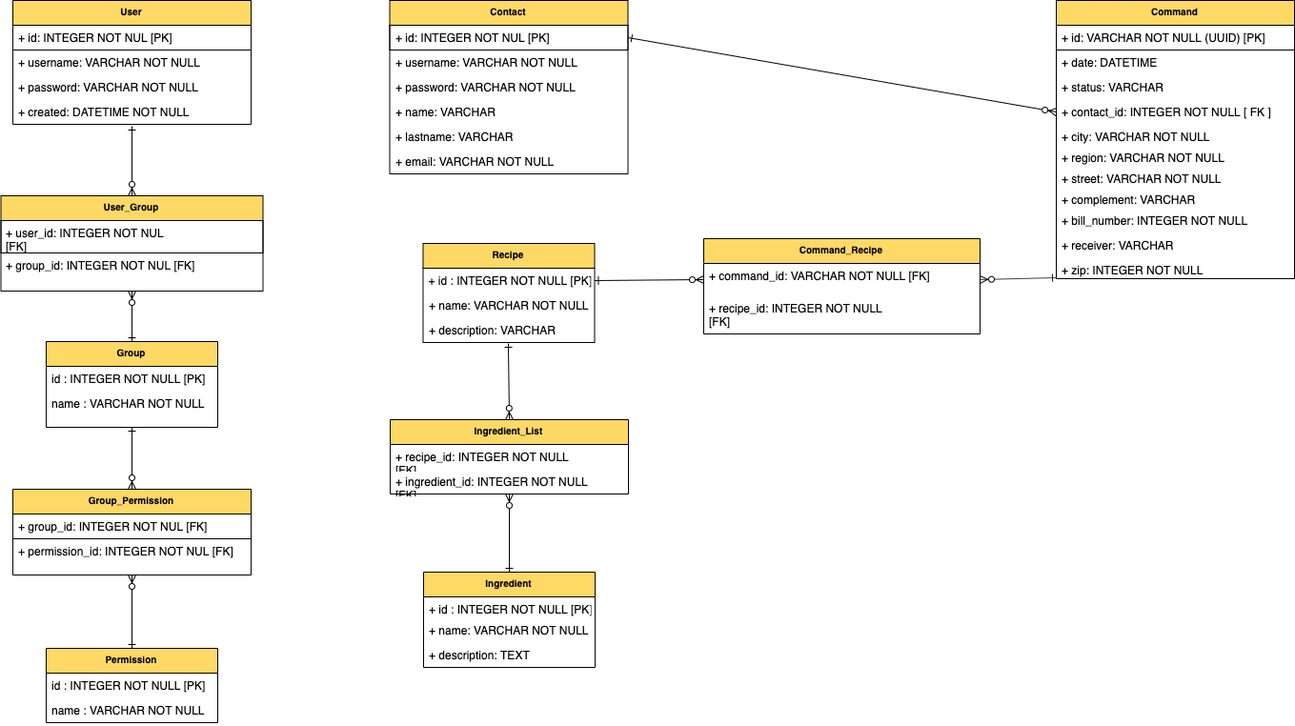
The draw.io diagram docs/physical data model/physical data model pizzeria.png in ritchy7/cosotespi, before a commit. Source tidied: cells renumbered, new cells last; positions are measured from the earlier drawing's top-left corner, leaving out a move shared by most shapes.
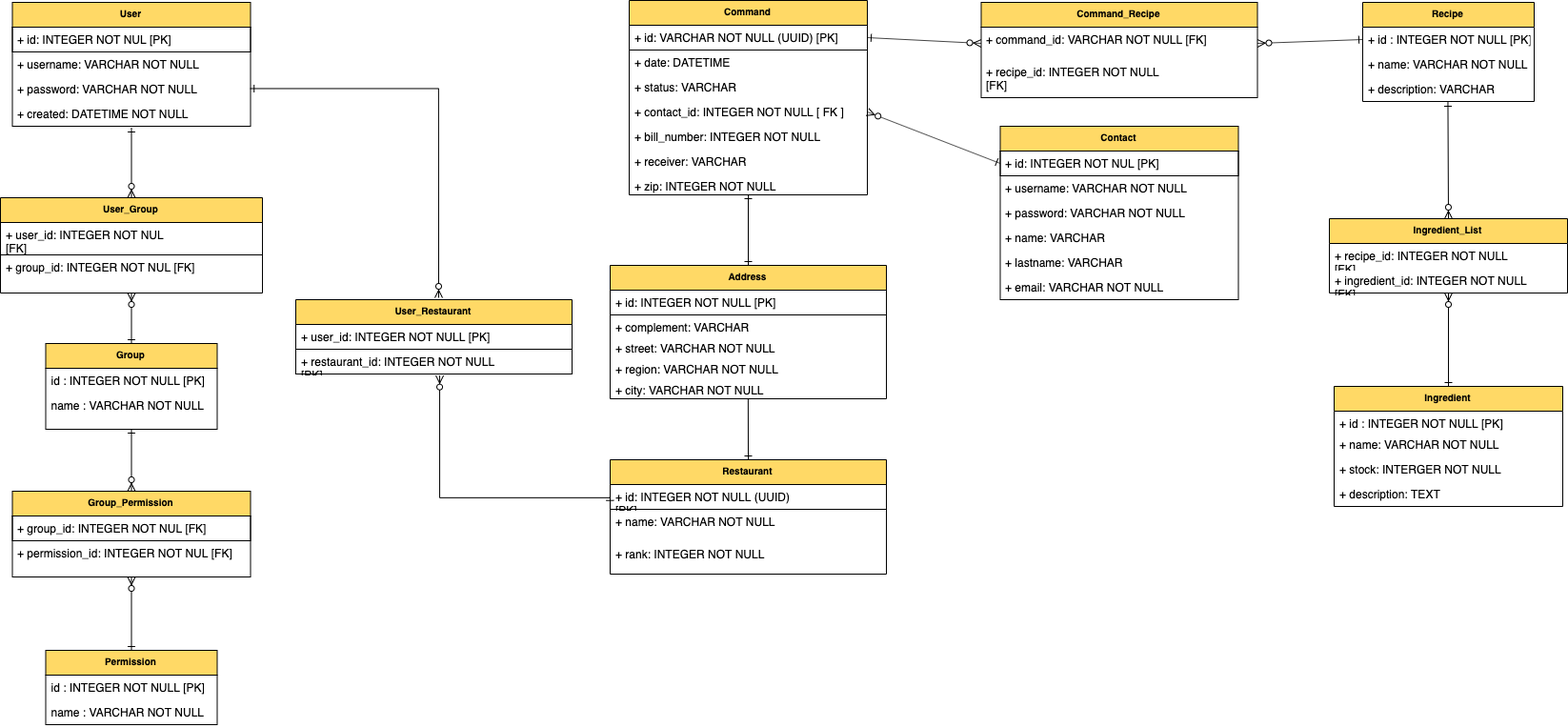
After the change.

Commit message:
add restaurant table

Change to the diagram source:
```diff
@@ -20,14 +20,14 @@
     <mxCell id="7" style="edgeStyle=none;rounded=0;jettySize=auto;html=1;startArrow=ERone;startFill=0;endArrow=ERzeroToMany;endFill=1;" parent="1" edge="1" source="10" target="15">
       <mxGeometry relative="1" as="geometry" />
     </mxCell>
-    <mxCell id="8" style="edgeStyle=none;rounded=0;jettySize=auto;html=1;entryX=0;entryY=0.5;entryDx=0;entryDy=0;startArrow=ERone;startFill=0;endArrow=ERzeroToMany;endFill=1;exitX=1;exitY=0.5;exitDx=0;exitDy=0;" parent="1" edge="1" source="38" target="35">
+    <mxCell id="8" style="edgeStyle=none;rounded=0;jettySize=auto;html=1;entryX=1;entryY=0.5;entryDx=0;entryDy=0;startArrow=ERone;startFill=0;endArrow=ERzeroToMany;endFill=1;exitX=0;exitY=0.5;exitDx=0;exitDy=0;" parent="1" edge="1" source="38" target="35">
       <mxGeometry relative="1" as="geometry" />
     </mxCell>
-    <mxCell id="9" style="edgeStyle=none;rounded=0;jettySize=auto;html=1;exitX=0;exitY=0.955;exitDx=0;exitDy=0;entryX=1;entryY=0.5;entryDx=0;entryDy=0;startArrow=ERone;startFill=0;endArrow=ERzeroToMany;endFill=1;exitPerimeter=0;" parent="1" edge="1" source="59" target="35">
+    <mxCell id="9" style="edgeStyle=none;rounded=0;jettySize=auto;html=1;entryX=0;entryY=0.5;entryDx=0;entryDy=0;startArrow=ERone;startFill=0;endArrow=ERzeroToMany;endFill=1;exitX=1;exitY=0.5;exitDx=0;exitDy=0;" parent="1" edge="1" source="49" target="35">
       <mxGeometry relative="1" as="geometry" />
     </mxCell>
     <mxCell id="10" value="Permission" style="swimlane;fontStyle=1;horizontal=1;startSize=26;fillColor=#FFD966;swimlaneFillColor=#ffffff;align=center;fontSize=10;strokeColor=#000000;" parent="1" vertex="1">
-      <mxGeometry x="48" y="680" width="180" height="78" as="geometry" />
+      <mxGeometry x="-204.5" y="680" width="180" height="78" as="geometry" />
     </mxCell>
     <mxCell id="11" value="id : INTEGER NOT NULL [PK]" style="text;strokeColor=none;fillColor=none;spacingLeft=4;spacingRight=4;overflow=hidden;fontSize=12;" parent="10" vertex="1">
       <mxGeometry y="26" width="180" height="26" as="geometry" />
@@ -36,7 +36,7 @@
       <mxGeometry y="52" width="180" height="26" as="geometry" />
     </mxCell>
     <mxCell id="13" value="Group_Permission" style="swimlane;fontStyle=1;horizontal=1;startSize=26;fillColor=#FFD966;swimlaneFillColor=#ffffff;align=center;fontSize=10;strokeColor=#000000;" parent="1" vertex="1">
-      <mxGeometry x="13" y="513" width="250" height="90" as="geometry" />
+      <mxGeometry x="-239.5" y="513" width="250" height="90" as="geometry" />
     </mxCell>
     <mxCell id="14" value="+ group_id: INTEGER NOT NUL [FK]" style="text;html=1;strokeColor=#000000;fillColor=none;align=left;verticalAlign=top;spacingLeft=4;spacingRight=4;whiteSpace=wrap;overflow=hidden;" parent="13" vertex="1">
       <mxGeometry y="26" width="250" height="26" as="geometry" />
@@ -45,7 +45,7 @@
       <mxGeometry y="52" width="250" height="38" as="geometry" />
     </mxCell>
     <mxCell id="16" value="Group" style="swimlane;fontStyle=1;horizontal=1;startSize=26;fillColor=#FFD966;swimlaneFillColor=#ffffff;align=center;fontSize=10;strokeColor=#000000;" parent="1" vertex="1">
-      <mxGeometry x="48" y="358" width="180" height="90" as="geometry" />
+      <mxGeometry x="-204.5" y="358" width="180" height="90" as="geometry" />
     </mxCell>
     <mxCell id="17" value="id : INTEGER NOT NULL [PK]" style="text;strokeColor=none;fillColor=none;spacingLeft=4;spacingRight=4;overflow=hidden;fontSize=12;" parent="16" vertex="1">
       <mxGeometry y="26" width="180" height="26" as="geometry" />
@@ -54,7 +54,7 @@
       <mxGeometry y="52" width="180" height="38" as="geometry" />
     </mxCell>
     <mxCell id="19" value="User_Group" style="swimlane;fontStyle=1;horizontal=1;startSize=26;fillColor=#FFD966;swimlaneFillColor=#ffffff;align=center;fontSize=10;strokeColor=#000000;" parent="1" vertex="1">
-      <mxGeometry x="0.5" y="205" width="275" height="100" as="geometry" />
+      <mxGeometry x="-252" y="205" width="275" height="100" as="geometry" />
     </mxCell>
     <mxCell id="20" value="+ user_id: INTEGER NOT NUL [FK]" style="text;html=1;strokeColor=#000000;fillColor=none;align=left;verticalAlign=top;spacingLeft=4;spacingRight=4;whiteSpace=wrap;overflow=hidden;" parent="19" vertex="1">
       <mxGeometry y="26" width="275" height="34" as="geometry" />
@@ -63,7 +63,7 @@
       <mxGeometry y="60" width="275" height="40" as="geometry" />
     </mxCell>
     <mxCell id="22" value="User" style="swimlane;fontStyle=1;horizontal=1;startSize=26;fillColor=#FFD966;swimlaneFillColor=#ffffff;align=center;fontSize=10;strokeColor=#000000;" parent="1" vertex="1">
-      <mxGeometry x="13" width="250" height="130" as="geometry" />
+      <mxGeometry x="-239.5" width="250" height="130" as="geometry" />
     </mxCell>
     <mxCell id="23" value="+ id: INTEGER NOT NUL [PK]" style="text;html=1;strokeColor=#000000;fillColor=none;align=left;verticalAlign=top;spacingLeft=4;spacingRight=4;whiteSpace=wrap;overflow=hidden;" parent="22" vertex="1">
       <mxGeometry y="26" width="250" height="26" as="geometry" />
@@ -78,7 +78,7 @@
       <mxGeometry y="104" width="250" height="26" as="geometry" />
     </mxCell>
     <mxCell id="27" value="Contact" style="swimlane;fontStyle=1;horizontal=1;startSize=26;fillColor=#FFD966;swimlaneFillColor=#ffffff;align=center;fontSize=10;strokeColor=#000000;" parent="1" vertex="1">
-      <mxGeometry x="408.5" width="250" height="182" as="geometry" />
+      <mxGeometry x="797.5" y="130" width="250" height="182" as="geometry" />
     </mxCell>
     <mxCell id="28" value="+ id: INTEGER NOT NUL [PK]" style="text;html=1;strokeColor=#000000;fillColor=none;align=left;verticalAlign=top;spacingLeft=4;spacingRight=4;whiteSpace=wrap;overflow=hidden;points=[[0,0.5],[1,0.5]];portConstraint=eastwest;" parent="27" vertex="1">
       <mxGeometry y="26" width="250" height="26" as="geometry" />
@@ -99,7 +99,7 @@
       <mxGeometry y="156" width="250" height="26" as="geometry" />
     </mxCell>
     <mxCell id="34" value="Command_Recipe" style="swimlane;fontStyle=1;horizontal=1;startSize=26;fillColor=#FFD966;swimlaneFillColor=#ffffff;align=center;fontSize=10;strokeColor=#000000;" parent="1" vertex="1">
-      <mxGeometry x="738" y="250" width="290" height="100" as="geometry" />
+      <mxGeometry x="777.5" width="290" height="100" as="geometry" />
     </mxCell>
     <mxCell id="35" value="+ command_id: VARCHAR NOT NULL [FK]" style="text;html=1;strokeColor=none;fillColor=none;align=left;verticalAlign=top;spacingLeft=4;spacingRight=4;whiteSpace=wrap;overflow=hidden;points=[[0,0.5],[1,0.5]];portConstraint=eastwest;" parent="34" vertex="1">
       <mxGeometry y="26" width="290" height="34" as="geometry" />
@@ -108,7 +108,7 @@
       <mxGeometry y="60" width="290" height="40" as="geometry" />
     </mxCell>
     <mxCell id="37" value="Recipe" style="swimlane;fontStyle=1;horizontal=1;startSize=26;fillColor=#FFD966;swimlaneFillColor=#ffffff;align=center;fontSize=10;strokeColor=#000000;" parent="1" vertex="1">
-      <mxGeometry x="443.5" y="255" width="180" height="104" as="geometry" />
+      <mxGeometry x="1178" width="180" height="104" as="geometry" />
     </mxCell>
     <mxCell id="38" value="+ id : INTEGER NOT NULL [PK]" style="text;strokeColor=none;fillColor=none;spacingLeft=4;spacingRight=4;overflow=hidden;points=[[0,0.5],[1,0.5]];portConstraint=eastwest;fontSize=12;" parent="37" vertex="1">
       <mxGeometry y="26" width="180" height="26" as="geometry" />
@@ -120,7 +120,7 @@
       <mxGeometry y="78" width="180" height="26" as="geometry" />
     </mxCell>
     <mxCell id="41" value="Ingredient_List" style="swimlane;fontStyle=1;horizontal=1;startSize=26;fillColor=#FFD966;swimlaneFillColor=#ffffff;align=center;fontSize=10;strokeColor=#000000;" parent="1" vertex="1">
-      <mxGeometry x="409" y="440" width="250" height="78" as="geometry" />
+      <mxGeometry x="1143" y="227" width="250" height="78" as="geometry" />
     </mxCell>
     <mxCell id="42" value="+ recipe_id: INTEGER NOT NULL [FK]" style="text;html=1;strokeColor=none;fillColor=none;align=left;verticalAlign=top;spacingLeft=4;spacingRight=4;whiteSpace=wrap;overflow=hidden;" parent="41" vertex="1">
       <mxGeometry y="26" width="250" height="26" as="geometry" />
@@ -129,19 +129,22 @@
       <mxGeometry y="52" width="250" height="26" as="geometry" />
     </mxCell>
     <mxCell id="44" value="Ingredient" style="swimlane;fontStyle=1;horizontal=1;startSize=26;fillColor=#FFD966;swimlaneFillColor=#ffffff;align=center;fontSize=10;strokeColor=#000000;" parent="1" vertex="1">
-      <mxGeometry x="444" y="600" width="180" height="100" as="geometry" />
+      <mxGeometry x="1148" y="403" width="240" height="126" as="geometry" />
     </mxCell>
     <mxCell id="45" value="+ id : INTEGER NOT NULL [PK]" style="text;strokeColor=none;fillColor=none;spacingLeft=4;spacingRight=4;overflow=hidden;fontSize=12;" parent="44" vertex="1">
-      <mxGeometry y="26" width="180" height="22" as="geometry" />
+      <mxGeometry y="26" width="240" height="22" as="geometry" />
     </mxCell>
     <mxCell id="46" value="+ name: VARCHAR NOT NULL" style="text;html=1;strokeColor=none;fillColor=none;align=left;verticalAlign=top;spacingLeft=4;spacingRight=4;whiteSpace=wrap;overflow=hidden;" parent="44" vertex="1">
-      <mxGeometry y="48" width="180" height="26" as="geometry" />
+      <mxGeometry y="48" width="240" height="26" as="geometry" />
     </mxCell>
+    <mxCell id="61" value="+ stock: INTERGER NOT NULL" style="text;html=1;strokeColor=none;fillColor=none;align=left;verticalAlign=top;spacingLeft=4;spacingRight=4;whiteSpace=wrap;overflow=hidden;" parent="44" vertex="1">
+      <mxGeometry y="74" width="240" height="26" as="geometry" />
+    </mxCell>
     <mxCell id="47" value="+ description: TEXT" style="text;html=1;strokeColor=none;fillColor=none;align=left;verticalAlign=top;spacingLeft=4;spacingRight=4;whiteSpace=wrap;overflow=hidden;" parent="44" vertex="1">
-      <mxGeometry y="74" width="180" height="26" as="geometry" />
+      <mxGeometry y="100" width="240" height="26" as="geometry" />
     </mxCell>
     <mxCell id="48" value="Command" style="swimlane;fontStyle=1;horizontal=1;startSize=26;fillColor=#FFD966;swimlaneFillColor=#ffffff;align=center;fontSize=10;strokeColor=#000000;" parent="1" vertex="1">
-      <mxGeometry x="1108" width="250" height="292" as="geometry" />
+      <mxGeometry x="408" y="-2" width="250" height="204" as="geometry" />
     </mxCell>
     <mxCell id="49" value="+ id: VARCHAR NOT NULL (UUID) [PK]" style="text;html=1;strokeColor=#000000;fillColor=none;align=left;verticalAlign=top;spacingLeft=4;spacingRight=4;whiteSpace=wrap;overflow=hidden;points=[[0,0.5],[1,0.5]];portConstraint=eastwest;" parent="48" vertex="1">
       <mxGeometry y="26" width="250" height="26" as="geometry" />
@@ -155,29 +158,77 @@
     <mxCell id="52" value="+ contact_id: INTEGER NOT NULL [ FK ]" style="text;html=1;strokeColor=none;fillColor=none;align=left;verticalAlign=top;spacingLeft=4;spacingRight=4;whiteSpace=wrap;overflow=hidden;points=[[0,0.5],[1,0.5]];portConstraint=eastwest;" parent="48" vertex="1">
       <mxGeometry y="104" width="250" height="26" as="geometry" />
     </mxCell>
-    <mxCell id="53" value="+ city: VARCHAR NOT NULL" style="text;html=1;strokeColor=none;fillColor=none;align=left;verticalAlign=top;spacingLeft=4;spacingRight=4;whiteSpace=wrap;overflow=hidden;" parent="48" vertex="1">
-      <mxGeometry y="130" width="250" height="22" as="geometry" />
-    </mxCell>
-    <mxCell id="54" value="+ region: VARCHAR NOT NULL" style="text;html=1;strokeColor=none;fillColor=none;align=left;verticalAlign=top;spacingLeft=4;spacingRight=4;whiteSpace=wrap;overflow=hidden;" parent="48" vertex="1">
-      <mxGeometry y="152" width="250" height="22" as="geometry" />
-    </mxCell>
-    <mxCell id="55" value="+ street: VARCHAR NOT NULL" style="text;html=1;strokeColor=none;fillColor=none;align=left;verticalAlign=top;spacingLeft=4;spacingRight=4;whiteSpace=wrap;overflow=hidden;" parent="48" vertex="1">
-      <mxGeometry y="174" width="250" height="22" as="geometry" />
-    </mxCell>
-    <mxCell id="56" value="+ complement: VARCHAR" style="text;html=1;strokeColor=none;fillColor=none;align=left;verticalAlign=top;spacingLeft=4;spacingRight=4;whiteSpace=wrap;overflow=hidden;" parent="48" vertex="1">
-      <mxGeometry y="196" width="250" height="22" as="geometry" />
-    </mxCell>
     <mxCell id="57" value="+ bill_number: INTEGER NOT NULL" style="text;html=1;strokeColor=none;fillColor=none;align=left;verticalAlign=top;spacingLeft=4;spacingRight=4;whiteSpace=wrap;overflow=hidden;" parent="48" vertex="1">
-      <mxGeometry y="218" width="250" height="26" as="geometry" />
+      <mxGeometry y="130" width="250" height="26" as="geometry" />
     </mxCell>
     <mxCell id="58" value="+ receiver: VARCHAR&amp;nbsp;" style="text;html=1;strokeColor=none;fillColor=none;align=left;verticalAlign=top;spacingLeft=4;spacingRight=4;whiteSpace=wrap;overflow=hidden;" parent="48" vertex="1">
-      <mxGeometry y="244" width="250" height="26" as="geometry" />
+      <mxGeometry y="156" width="250" height="26" as="geometry" />
     </mxCell>
     <mxCell id="59" value="+ zip: INTEGER NOT NULL" style="text;html=1;strokeColor=none;fillColor=none;align=left;verticalAlign=top;spacingLeft=4;spacingRight=4;whiteSpace=wrap;overflow=hidden;points=[[0,0.5],[1,0.5]];portConstraint=eastwest;" parent="48" vertex="1">
-      <mxGeometry y="270" width="250" height="22" as="geometry" />
+      <mxGeometry y="182" width="250" height="22" as="geometry" />
     </mxCell>
-    <mxCell id="60" style="rounded=0;jettySize=auto;html=1;exitX=1;exitY=0.5;exitDx=0;exitDy=0;entryX=0;entryY=0.5;entryDx=0;entryDy=0;endArrow=ERzeroToMany;endFill=1;startArrow=ERone;startFill=0;" parent="1" edge="1" source="28" target="52">
+    <mxCell id="60" style="rounded=0;jettySize=auto;html=1;entryX=1;entryY=0.5;entryDx=0;entryDy=0;endArrow=ERzeroToMany;endFill=1;startArrow=ERone;startFill=0;exitX=0;exitY=0.5;exitDx=0;exitDy=0;" parent="1" edge="1" source="28" target="52">
       <mxGeometry relative="1" as="geometry" />
     </mxCell>
+    <mxCell id="62" style="edgeStyle=none;rounded=0;jettySize=auto;html=1;exitX=0.5;exitY=0;exitDx=0;exitDy=0;entryX=0.499;entryY=1.09;entryDx=0;entryDy=0;entryPerimeter=0;startArrow=ERone;startFill=0;endArrow=ERone;endFill=0;" parent="1" edge="1" source="63" target="69">
+      <mxGeometry relative="1" as="geometry" />
+    </mxCell>
+    <mxCell id="63" value="Restaurant" style="swimlane;fontStyle=1;horizontal=1;startSize=26;fillColor=#FFD966;swimlaneFillColor=#ffffff;align=center;fontSize=10;strokeColor=#000000;" parent="1" vertex="1">
+      <mxGeometry x="388" y="480" width="290" height="120" as="geometry" />
+    </mxCell>
+    <mxCell id="64" value="+ id: INTEGER NOT NULL (UUID) [PK]" style="text;html=1;strokeColor=#000000;fillColor=none;align=left;verticalAlign=top;spacingLeft=4;spacingRight=4;whiteSpace=wrap;overflow=hidden;points=[[0,0.5],[1,0.5]];portConstraint=eastwest;" parent="63" vertex="1">
+      <mxGeometry y="26" width="290" height="26" as="geometry" />
+    </mxCell>
+    <mxCell id="65" value="+ name: VARCHAR NOT NULL" style="text;html=1;strokeColor=none;fillColor=none;align=left;verticalAlign=top;spacingLeft=4;spacingRight=4;whiteSpace=wrap;overflow=hidden;" parent="63" vertex="1">
+      <mxGeometry y="52" width="290" height="34" as="geometry" />
+    </mxCell>
+    <mxCell id="66" value="+ rank: INTEGER NOT NULL" style="text;html=1;strokeColor=none;fillColor=none;align=left;verticalAlign=top;spacingLeft=4;spacingRight=4;whiteSpace=wrap;overflow=hidden;" parent="63" vertex="1">
+      <mxGeometry y="86" width="290" height="34" as="geometry" />
+    </mxCell>
+    <mxCell id="67" style="edgeStyle=none;rounded=0;jettySize=auto;html=1;exitX=0.5;exitY=0;exitDx=0;exitDy=0;startArrow=ERone;startFill=0;endArrow=ERone;endFill=0;" parent="1" edge="1" source="68" target="59">
+      <mxGeometry relative="1" as="geometry" />
+    </mxCell>
+    <mxCell id="68" value="Address" style="swimlane;fontStyle=1;horizontal=1;startSize=26;fillColor=#FFD966;swimlaneFillColor=#ffffff;align=center;fontSize=10;strokeColor=#000000;" parent="1" vertex="1">
+      <mxGeometry x="388" y="276" width="290" height="140" as="geometry" />
+    </mxCell>
+    <mxCell id="69" value="+ id: INTEGER NOT NULL [PK]" style="text;html=1;strokeColor=#000000;fillColor=none;align=left;verticalAlign=top;spacingLeft=4;spacingRight=4;whiteSpace=wrap;overflow=hidden;points=[[0,0.5],[1,0.5]];portConstraint=eastwest;" parent="68" vertex="1">
+      <mxGeometry y="26" width="290" height="26" as="geometry" />
+    </mxCell>
+    <mxCell id="56" value="+ complement: VARCHAR" style="text;html=1;strokeColor=none;fillColor=none;align=left;verticalAlign=top;spacingLeft=4;spacingRight=4;whiteSpace=wrap;overflow=hidden;" parent="68" vertex="1">
+      <mxGeometry y="52" width="290" height="22" as="geometry" />
+    </mxCell>
+    <mxCell id="55" value="+ street: VARCHAR NOT NULL" style="text;html=1;strokeColor=none;fillColor=none;align=left;verticalAlign=top;spacingLeft=4;spacingRight=4;whiteSpace=wrap;overflow=hidden;" parent="68" vertex="1">
+      <mxGeometry y="74" width="290" height="22" as="geometry" />
+    </mxCell>
+    <mxCell id="54" value="+ region: VARCHAR NOT NULL" style="text;html=1;strokeColor=none;fillColor=none;align=left;verticalAlign=top;spacingLeft=4;spacingRight=4;whiteSpace=wrap;overflow=hidden;" parent="68" vertex="1">
+      <mxGeometry y="96" width="290" height="22" as="geometry" />
+    </mxCell>
+    <mxCell id="53" value="+ city: VARCHAR NOT NULL" style="text;html=1;strokeColor=none;fillColor=none;align=left;verticalAlign=top;spacingLeft=4;spacingRight=4;whiteSpace=wrap;overflow=hidden;" parent="68" vertex="1">
+      <mxGeometry y="118" width="290" height="22" as="geometry" />
+    </mxCell>
+    <mxCell id="70" style="edgeStyle=none;rounded=0;orthogonalLoop=1;jettySize=auto;html=1;exitX=0.5;exitY=0;exitDx=0;exitDy=0;startArrow=ERone;startFill=0;endArrow=ERone;endFill=0;" parent="1" edge="1" source="27" target="27">
+      <mxGeometry relative="1" as="geometry" />
+    </mxCell>
+    <mxCell id="71" value="User_Restaurant" style="swimlane;fontStyle=1;horizontal=1;startSize=26;fillColor=#FFD966;swimlaneFillColor=#ffffff;align=center;fontSize=10;strokeColor=#000000;" parent="1" vertex="1">
+      <mxGeometry x="58" y="312" width="290" height="78" as="geometry" />
+    </mxCell>
+    <mxCell id="72" value="+ user_id: INTEGER NOT NULL [PK]" style="text;html=1;strokeColor=#000000;fillColor=none;align=left;verticalAlign=top;spacingLeft=4;spacingRight=4;whiteSpace=wrap;overflow=hidden;" parent="71" vertex="1">
+      <mxGeometry y="26" width="290" height="26" as="geometry" />
+    </mxCell>
+    <mxCell id="73" value="+ restaurant_id: INTEGER NOT NULL [PK]" style="text;html=1;strokeColor=#000000;fillColor=none;align=left;verticalAlign=top;spacingLeft=4;spacingRight=4;whiteSpace=wrap;overflow=hidden;points=[[0,0.5],[1,0.5]];portConstraint=eastwest;" parent="71" vertex="1">
+      <mxGeometry y="52" width="290" height="26" as="geometry" />
+    </mxCell>
+    <mxCell id="74" style="edgeStyle=orthogonalEdgeStyle;rounded=0;jettySize=auto;html=1;exitX=1;exitY=0.5;exitDx=0;exitDy=0;startArrow=ERone;startFill=0;endArrow=ERzeroToMany;endFill=1;" parent="1" edge="1" source="25">
+      <mxGeometry relative="1" as="geometry">
+        <mxPoint x="208" y="310" as="targetPoint" />
+      </mxGeometry>
+    </mxCell>
+    <mxCell id="75" style="edgeStyle=orthogonalEdgeStyle;rounded=0;jettySize=auto;html=1;exitX=0;exitY=0.5;exitDx=0;exitDy=0;startArrow=ERone;startFill=0;endArrow=ERzeroToMany;endFill=1;entryX=0.521;entryY=1.05;entryDx=0;entryDy=0;entryPerimeter=0;" parent="1" edge="1" source="64" target="73">
+      <mxGeometry relative="1" as="geometry">
+        <Array as="points">
+          <mxPoint x="209" y="520" />
+        </Array>
+      </mxGeometry>
+    </mxCell>
   </root>
 </mxGraphModel>
```
